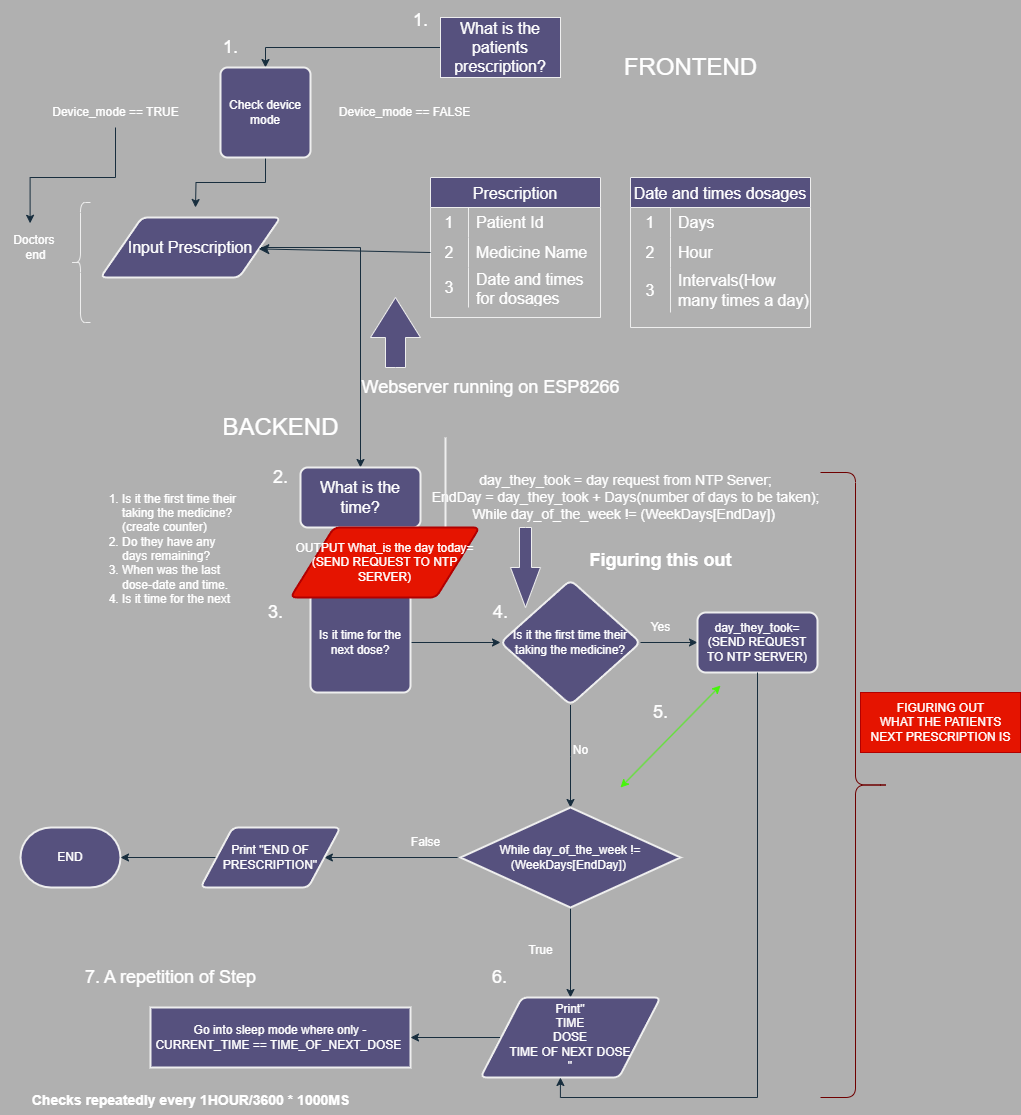
Earlier version of the draw.io export Prescription.png (Iann-urus/Med-Assistant). Source tidied: cells renumbered, new cells last; positions are measured from the earlier drawing's top-left corner, leaving out a move shared by most shapes.
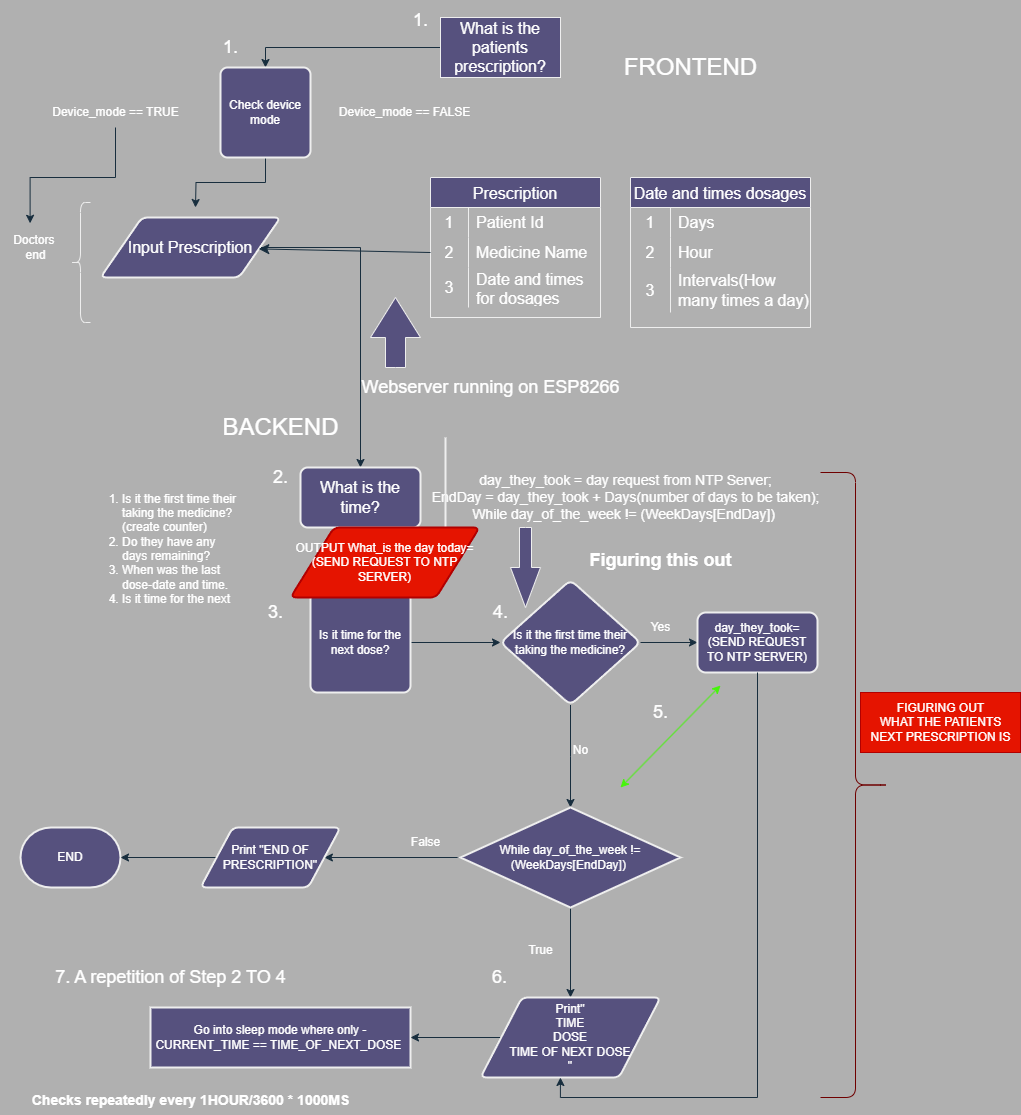
The same diagram one commit later.

Diff of the diagram source:
```diff
@@ -234,8 +234,8 @@
     <mxCell id="76" value="&lt;font style=&quot;font-size: 18px;&quot;&gt;6.&lt;/font&gt;" style="text;html=1;align=center;verticalAlign=middle;strokeColor=none;fillColor=none;fontColor=#FFFFFF;" parent="1" vertex="1">
       <mxGeometry x="479" y="957" width="40" height="40" as="geometry" />
     </mxCell>
-    <mxCell id="77" value="&lt;font style=&quot;font-size: 18px;&quot;&gt;7. A repetition of Step&lt;/font&gt;" style="text;html=1;align=center;verticalAlign=middle;strokeColor=none;fillColor=none;fontColor=#FFFFFF;" parent="1" vertex="1">
-      <mxGeometry x="75" y="957" width="190" height="40" as="geometry" />
+    <mxCell id="77" value="&lt;font style=&quot;font-size: 18px;&quot;&gt;7. A repetition of Step 2 TO 4&lt;/font&gt;" style="text;html=1;align=center;verticalAlign=middle;strokeColor=none;fillColor=none;fontColor=#FFFFFF;" parent="1" vertex="1">
+      <mxGeometry x="45" y="957" width="250" height="40" as="geometry" />
     </mxCell>
   </root>
 </mxGraphModel>
```
